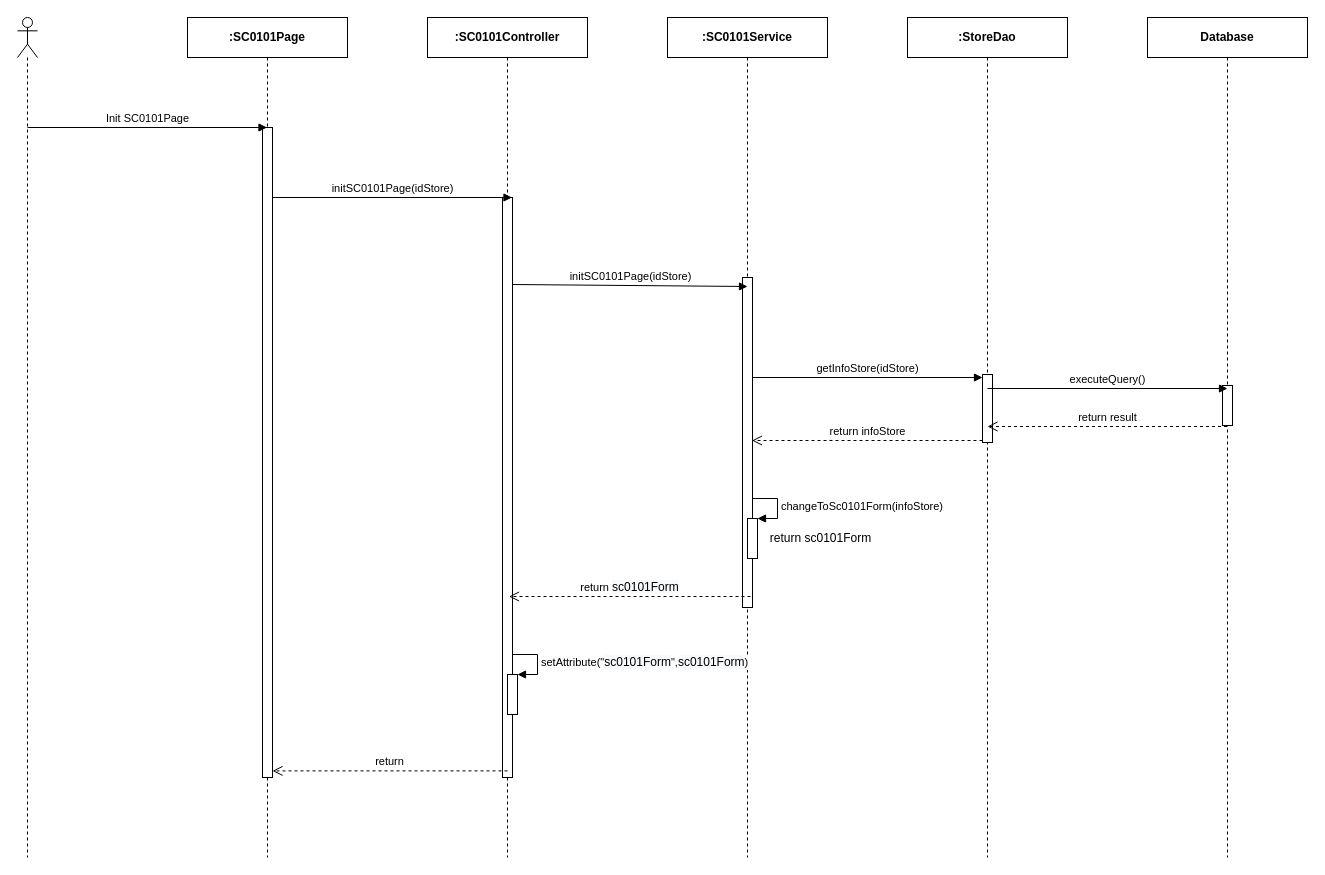
luannmdev/CapstoneDocument keeps this draw.io diagram as page "Ev01" (1 of 7) of 1. Review/SEQ Diagram/sc01/SC0101_StoreDetail.drawio. Above is the earlier version. Source tidied: cells renumbered, new cells numbered last; positions are measured from the earlier drawing's top-left corner, leaving out a move shared by most shapes. Both pictures are drawn from the tidied source at 100%, with x=0, y=0 at pixel (17, 17).
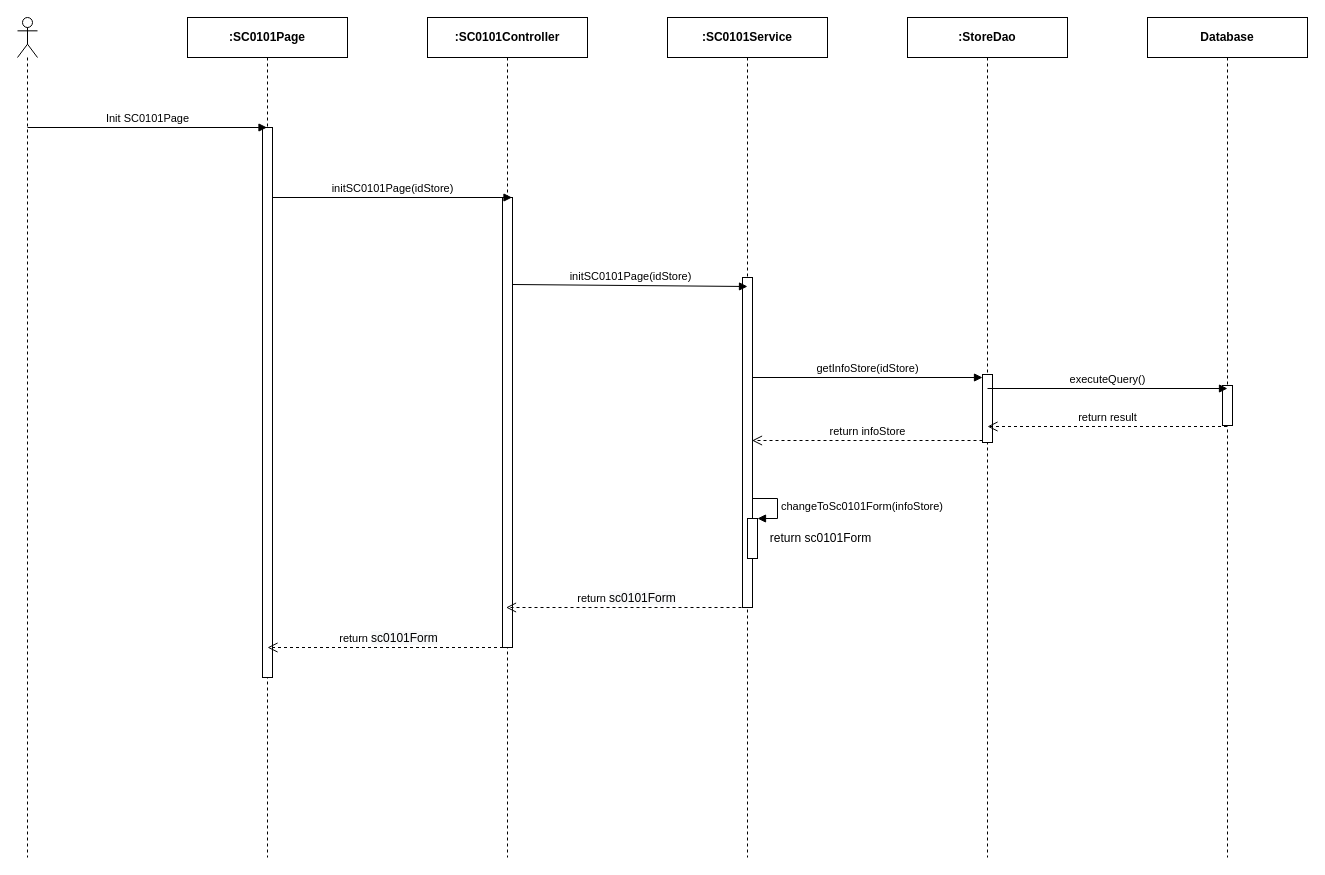
Above is the later version.

The change refers to these unchanged cells:
```xml
<mxCell id="3" value="&lt;b&gt;:SC0101Page&lt;/b&gt;" style="shape=umlLifeline;perimeter=lifelinePerimeter;whiteSpace=wrap;html=1;outlineConnect=0;" parent="1" vertex="1">
  <mxGeometry x="170" width="160" height="840" as="geometry" />
</mxCell>
<mxCell id="11" value="&lt;b&gt;:SC0101Controller&lt;/b&gt;" style="shape=umlLifeline;perimeter=lifelinePerimeter;whiteSpace=wrap;html=1;" parent="1" vertex="1">
  <mxGeometry x="410" width="160" height="840" as="geometry" />
</mxCell>
```

What changed in the source:
```diff
@@
     <mxCell id="4" style="html=1;perimeter=orthogonalPerimeter;" parent="3" vertex="1">
-      <mxGeometry x="75" y="110" width="10" height="650" as="geometry" />
+      <mxGeometry x="75" y="110" width="10" height="550" as="geometry" />
     </mxCell>
@@
     <mxCell id="12" style="html=1;perimeter=orthogonalPerimeter;" parent="11" vertex="1">
-      <mxGeometry x="75" y="180" width="10" height="580" as="geometry" />
+      <mxGeometry x="75" y="180" width="10" height="450" as="geometry" />
     </mxCell>
-    <mxCell id="13" style="html=1;points=[];perimeter=orthogonalPerimeter;" parent="11" vertex="1">
-      <mxGeometry x="80" y="657" width="10" height="40" as="geometry" />
-    </mxCell>
-    <mxCell id="14" value="setAttribute(&quot;&lt;span style=&quot;font-size: 12px ; text-align: center ; background-color: rgb(248 , 249 , 250)&quot;&gt;sc0101Form&lt;/span&gt;&quot;,&lt;span style=&quot;font-size: 12px ; text-align: center ; background-color: rgb(248 , 249 , 250)&quot;&gt;sc0101Form&lt;/span&gt;)" style="edgeStyle=orthogonalEdgeStyle;html=1;align=left;spacingLeft=2;endArrow=block;rounded=0;entryX=1;entryY=0;" parent="11" edge="1" target="13">
-      <mxGeometry relative="1" as="geometry">
-        <mxPoint x="85" y="637" as="sourcePoint" />
-        <Array as="points">
-          <mxPoint x="110" y="637" />
-        </Array>
-      </mxGeometry>
-    </mxCell>
@@
     <mxCell id="18" value="return&amp;nbsp;&lt;span style=&quot;font-size: 12px ; background-color: rgb(248 , 249 , 250)&quot;&gt;sc0101Form&lt;/span&gt;" style="html=1;verticalAlign=bottom;endArrow=open;dashed=1;endSize=8;" parent="1" edge="1">
       <mxGeometry relative="1" as="geometry">
-        <mxPoint x="733" y="579" as="sourcePoint" />
-        <mxPoint x="491.5" y="579" as="targetPoint" />
+        <mxPoint x="730" y="590" as="sourcePoint" />
+        <mxPoint x="488.5" y="590" as="targetPoint" />
       </mxGeometry>
     </mxCell>
-    <mxCell id="19" value="return" style="html=1;verticalAlign=bottom;endArrow=open;dashed=1;endSize=8;" parent="1" edge="1">
-      <mxGeometry relative="1" as="geometry">
-        <mxPoint x="490" y="753.4" as="sourcePoint" />
-        <mxPoint x="255" y="753.4" as="targetPoint" />
-      </mxGeometry>
-    </mxCell>
@@
+    <mxCell id="27" value="return&amp;nbsp;&lt;span style=&quot;font-size: 12px ; background-color: rgb(248 , 249 , 250)&quot;&gt;sc0101Form&lt;/span&gt;" style="html=1;verticalAlign=bottom;endArrow=open;dashed=1;endSize=8;" parent="1" edge="1">
+      <mxGeometry relative="1" as="geometry">
+        <mxPoint x="491.5" y="630" as="sourcePoint" />
+        <mxPoint x="250" y="630" as="targetPoint" />
+      </mxGeometry>
+    </mxCell>
```
